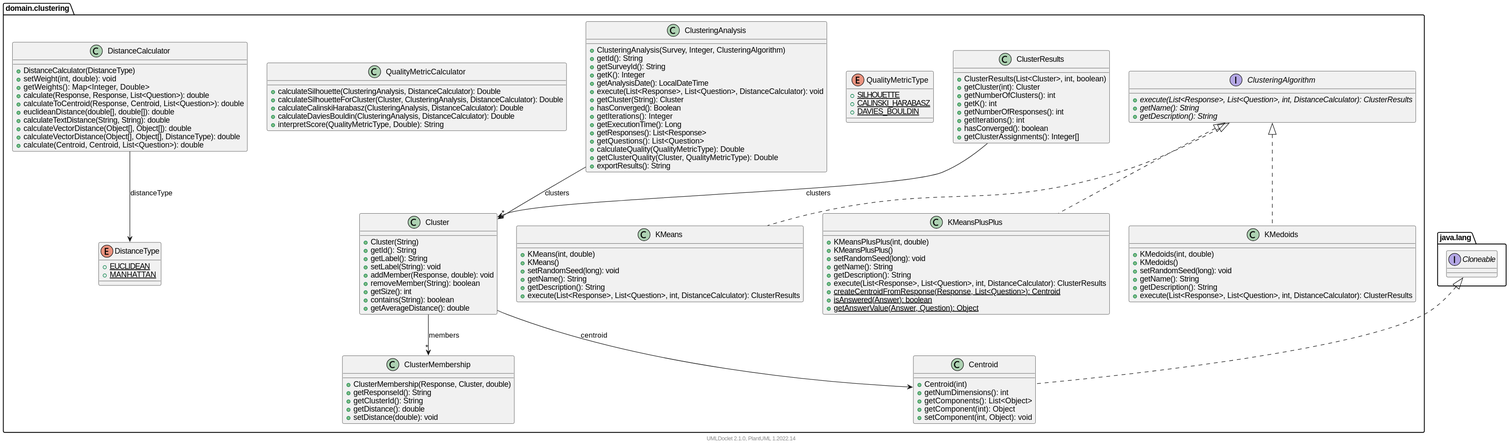
Before: DOC/javadoc/domain/clustering/package.svg, a diagram exported from PlantUML (felipenugo/k-surveys). Its diagram source:
```plantuml
@startuml
    namespace domain.clustering {

        class ClusteringAnalysis [[ClusteringAnalysis.html]] {
            +ClusteringAnalysis(Survey, Integer, ClusteringAlgorithm)
            +getId(): String
            +getSurveyId(): String
            +getK(): Integer
            +getAnalysisDate(): LocalDateTime
            +execute(List<Response>, List<Question>, DistanceCalculator): void
            +getCluster(String): Cluster
            +hasConverged(): Boolean
            +getIterations(): Integer
            +getExecutionTime(): Long
            +getResponses(): List<Response>
            +getQuestions(): List<Question>
            +calculateQuality(QualityMetricType): Double
            +getClusterQuality(Cluster, QualityMetricType): Double
            +exportResults(): String
        }

        enum DistanceType [[DistanceType.html]] {
            {static} +EUCLIDEAN
            {static} +MANHATTAN
        }

        class QualityMetricCalculator [[QualityMetricCalculator.html]] {
            +calculateSilhouette(ClusteringAnalysis, DistanceCalculator): Double
            +calculateSilhouetteForCluster(Cluster, ClusteringAnalysis, DistanceCalculator): Double
            +calculateCalinskiHarabasz(ClusteringAnalysis, DistanceCalculator): Double
            +calculateDaviesBouldin(ClusteringAnalysis, DistanceCalculator): Double
            +interpretScore(QualityMetricType, Double): String
        }

        class DistanceCalculator [[DistanceCalculator.html]] {
            +DistanceCalculator(DistanceType)
            +setWeight(int, double): void
            +getWeights(): Map<Integer, Double>
            +calculate(Response, Response, List<Question>): double
            +calculateToCentroid(Response, Centroid, List<Question>): double
            +euclideanDistance(double[], double[]): double
            +calculateTextDistance(String, String): double
            +calculateVectorDistance(Object[], Object[]): double
            +calculateVectorDistance(Object[], Object[], DistanceType): double
            +calculate(Centroid, Centroid, List<Question>): double
        }

        enum QualityMetricType [[QualityMetricType.html]] {
            {static} +SILHOUETTE
            {static} +CALINSKI_HARABASZ
            {static} +DAVIES_BOULDIN
        }

        interface ClusteringAlgorithm [[ClusteringAlgorithm.html]] {
            {abstract} +execute(List<Response>, List<Question>, int, DistanceCalculator): ClusterResults
            {abstract} +getName(): String
            {abstract} +getDescription(): String
        }

        class KMeans [[KMeans.html]] {
            +KMeans(int, double)
            +KMeans()
            +setRandomSeed(long): void
            +getName(): String
            +getDescription(): String
            +execute(List<Response>, List<Question>, int, DistanceCalculator): ClusterResults
        }

        class ClusterMembership [[ClusterMembership.html]] {
            +ClusterMembership(Response, Cluster, double)
            +getResponseId(): String
            +getClusterId(): String
            +getDistance(): double
            +setDistance(double): void
        }

        class KMeansPlusPlus [[KMeansPlusPlus.html]] {
            +KMeansPlusPlus(int, double)
            +KMeansPlusPlus()
            +setRandomSeed(long): void
            +getName(): String
            +getDescription(): String
            +execute(List<Response>, List<Question>, int, DistanceCalculator): ClusterResults
            {static} +createCentroidFromResponse(Response, List<Question>): Centroid
            {static} +isAnswered(Answer): boolean
            {static} +getAnswerValue(Answer, Question): Object
        }

        class Cluster [[Cluster.html]] {
            +Cluster(String)
            +getId(): String
            +getLabel(): String
            +setLabel(String): void
            +addMember(Response, double): void
            +removeMember(String): boolean
            +getSize(): int
            +contains(String): boolean
            +getAverageDistance(): double
        }

        class ClusterResults [[ClusterResults.html]] {
            +ClusterResults(List<Cluster>, int, boolean)
            +getCluster(int): Cluster
            +getNumberOfClusters(): int
            +getK(): int
            +getNumberOfResponses(): int
            +getIterations(): int
            +hasConverged(): boolean
            +getClusterAssignments(): Integer[]
        }

        class Centroid [[Centroid.html]] {
            +Centroid(int)
            +getNumDimensions(): int
            +getComponents(): List<Object>
            +getComponent(int): Object
            +setComponent(int, Object): void
        }

        class KMedoids [[KMedoids.html]] {
            +KMedoids(int, double)
            +KMedoids()
            +setRandomSeed(long): void
            +getName(): String
            +getDescription(): String
            +execute(List<Response>, List<Question>, int, DistanceCalculator): ClusterResults
        }

        ClusteringAnalysis --> "*" Cluster: clusters
        DistanceCalculator --> DistanceType: distanceType
        ClusteringAlgorithm <|.. KMeans
        ClusteringAlgorithm <|.. KMeansPlusPlus
        Cluster --> Centroid: centroid
        Cluster --> "*" ClusterMembership: members
        ClusterResults --> "*" Cluster: clusters
        java.lang.Cloneable <|.. Centroid
        ClusteringAlgorithm <|.. KMedoids
    }

    namespace java.lang {
        interface Cloneable [[https://docs.oracle.com/en/java/javase/21/docs/api/java.base/java/lang/Cloneable.html?is-external=true]]
    }

    center footer UMLDoclet 2.1.0, PlantUML %version()
@enduml
```
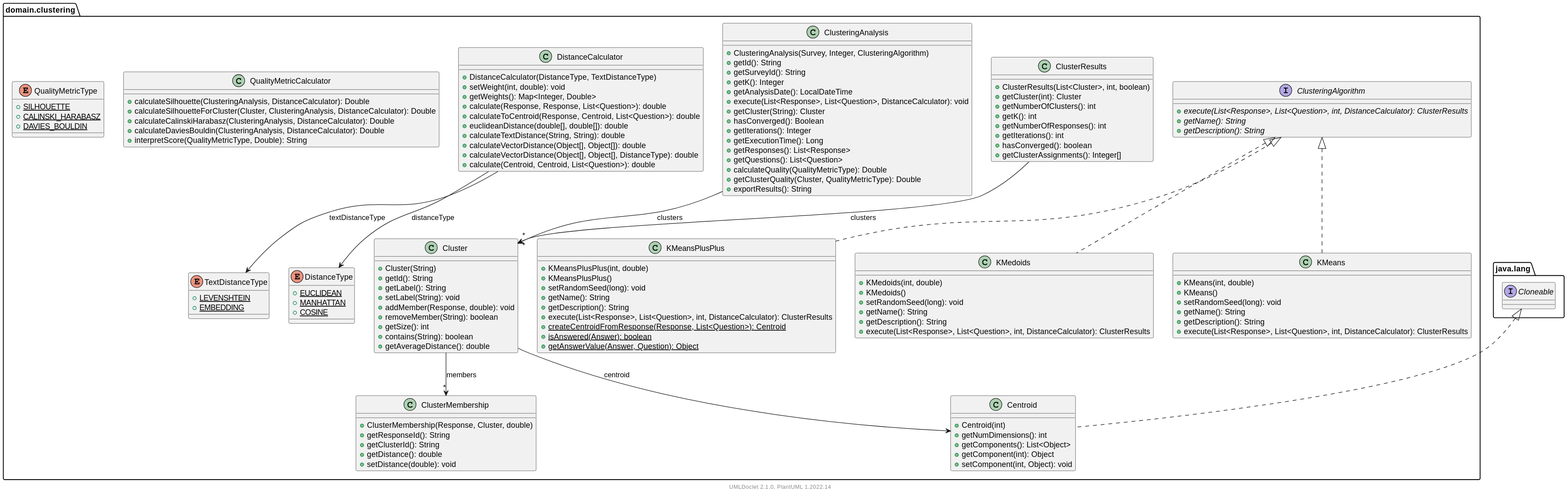
The same diagram one commit later.

Diff of the diagram source:
```diff
@@ -1,5 +1,31 @@
 @startuml
     namespace domain.clustering {
+
+        class Centroid [[Centroid.html]] {
+            +Centroid(int)
+            +getNumDimensions(): int
+            +getComponents(): List<Object>
+            +getComponent(int): Object
+            +setComponent(int, Object): void
+        }
+
+        class Cluster [[Cluster.html]] {
+            +Cluster(String)
+            +getId(): String
+            +getLabel(): String
+            +setLabel(String): void
+            +addMember(Response, double): void
+            +removeMember(String): boolean
+            +getSize(): int
+            +contains(String): boolean
+            +getAverageDistance(): double
+        }
+
+        interface ClusteringAlgorithm [[ClusteringAlgorithm.html]] {
+            {abstract} +execute(List<Response>, List<Question>, int, DistanceCalculator): ClusterResults
+            {abstract} +getName(): String
+            {abstract} +getDescription(): String
+        }
 
         class ClusteringAnalysis [[ClusteringAnalysis.html]] {
             +ClusteringAnalysis(Survey, Integer, ClusteringAlgorithm)
@@ -19,21 +45,27 @@
             +exportResults(): String
         }
 
-        enum DistanceType [[DistanceType.html]] {
-            {static} +EUCLIDEAN
-            {static} +MANHATTAN
+        class ClusterMembership [[ClusterMembership.html]] {
+            +ClusterMembership(Response, Cluster, double)
+            +getResponseId(): String
+            +getClusterId(): String
+            +getDistance(): double
+            +setDistance(double): void
         }
 
-        class QualityMetricCalculator [[QualityMetricCalculator.html]] {
-            +calculateSilhouette(ClusteringAnalysis, DistanceCalculator): Double
-            +calculateSilhouetteForCluster(Cluster, ClusteringAnalysis, DistanceCalculator): Double
-            +calculateCalinskiHarabasz(ClusteringAnalysis, DistanceCalculator): Double
-            +calculateDaviesBouldin(ClusteringAnalysis, DistanceCalculator): Double
-            +interpretScore(QualityMetricType, Double): String
+        class ClusterResults [[ClusterResults.html]] {
+            +ClusterResults(List<Cluster>, int, boolean)
+            +getCluster(int): Cluster
+            +getNumberOfClusters(): int
+            +getK(): int
+            +getNumberOfResponses(): int
+            +getIterations(): int
+            +hasConverged(): boolean
+            +getClusterAssignments(): Integer[]
         }
 
         class DistanceCalculator [[DistanceCalculator.html]] {
-            +DistanceCalculator(DistanceType)
+            +DistanceCalculator(DistanceType, TextDistanceType)
             +setWeight(int, double): void
             +getWeights(): Map<Integer, Double>
             +calculate(Response, Response, List<Question>): double
@@ -45,16 +77,10 @@
             +calculate(Centroid, Centroid, List<Question>): double
         }
 
-        enum QualityMetricType [[QualityMetricType.html]] {
-            {static} +SILHOUETTE
-            {static} +CALINSKI_HARABASZ
-            {static} +DAVIES_BOULDIN
-        }
-
-        interface ClusteringAlgorithm [[ClusteringAlgorithm.html]] {
-            {abstract} +execute(List<Response>, List<Question>, int, DistanceCalculator): ClusterResults
-            {abstract} +getName(): String
-            {abstract} +getDescription(): String
+        enum DistanceType [[DistanceType.html]] {
+            {static} +EUCLIDEAN
+            {static} +MANHATTAN
+            {static} +COSINE
         }
 
         class KMeans [[KMeans.html]] {
@@ -64,14 +90,6 @@
             +getName(): String
             +getDescription(): String
             +execute(List<Response>, List<Question>, int, DistanceCalculator): ClusterResults
-        }
-
-        class ClusterMembership [[ClusterMembership.html]] {
-            +ClusterMembership(Response, Cluster, double)
-            +getResponseId(): String
-            +getClusterId(): String
-            +getDistance(): double
-            +setDistance(double): void
         }
 
         class KMeansPlusPlus [[KMeansPlusPlus.html]] {
@@ -86,37 +104,6 @@
             {static} +getAnswerValue(Answer, Question): Object
         }
 
-        class Cluster [[Cluster.html]] {
-            +Cluster(String)
-            +getId(): String
-            +getLabel(): String
-            +setLabel(String): void
-            +addMember(Response, double): void
-            +removeMember(String): boolean
-            +getSize(): int
-            +contains(String): boolean
-            +getAverageDistance(): double
-        }
-
-        class ClusterResults [[ClusterResults.html]] {
-            +ClusterResults(List<Cluster>, int, boolean)
-            +getCluster(int): Cluster
-            +getNumberOfClusters(): int
-            +getK(): int
-            +getNumberOfResponses(): int
-            +getIterations(): int
-            +hasConverged(): boolean
-            +getClusterAssignments(): Integer[]
-        }
-
-        class Centroid [[Centroid.html]] {
-            +Centroid(int)
-            +getNumDimensions(): int
-            +getComponents(): List<Object>
-            +getComponent(int): Object
-            +setComponent(int, Object): void
-        }
-
         class KMedoids [[KMedoids.html]] {
             +KMedoids(int, double)
             +KMedoids()
@@ -126,14 +113,34 @@
             +execute(List<Response>, List<Question>, int, DistanceCalculator): ClusterResults
         }
 
+        class QualityMetricCalculator [[QualityMetricCalculator.html]] {
+            +calculateSilhouette(ClusteringAnalysis, DistanceCalculator): Double
+            +calculateSilhouetteForCluster(Cluster, ClusteringAnalysis, DistanceCalculator): Double
+            +calculateCalinskiHarabasz(ClusteringAnalysis, DistanceCalculator): Double
+            +calculateDaviesBouldin(ClusteringAnalysis, DistanceCalculator): Double
+            +interpretScore(QualityMetricType, Double): String
+        }
+
+        enum QualityMetricType [[QualityMetricType.html]] {
+            {static} +SILHOUETTE
+            {static} +CALINSKI_HARABASZ
+            {static} +DAVIES_BOULDIN
+        }
+
+        enum TextDistanceType [[TextDistanceType.html]] {
+            {static} +LEVENSHTEIN
+            {static} +EMBEDDING
+        }
+
+        java.lang.Cloneable <|.. Centroid
+        Cluster --> Centroid: centroid
+        Cluster --> "*" ClusterMembership: members
         ClusteringAnalysis --> "*" Cluster: clusters
+        ClusterResults --> "*" Cluster: clusters
         DistanceCalculator --> DistanceType: distanceType
+        DistanceCalculator --> TextDistanceType: textDistanceType
         ClusteringAlgorithm <|.. KMeans
         ClusteringAlgorithm <|.. KMeansPlusPlus
-        Cluster --> Centroid: centroid
-        Cluster --> "*" ClusterMembership: members
-        ClusterResults --> "*" Cluster: clusters
-        java.lang.Cloneable <|.. Centroid
         ClusteringAlgorithm <|.. KMedoids
     }
 
```
